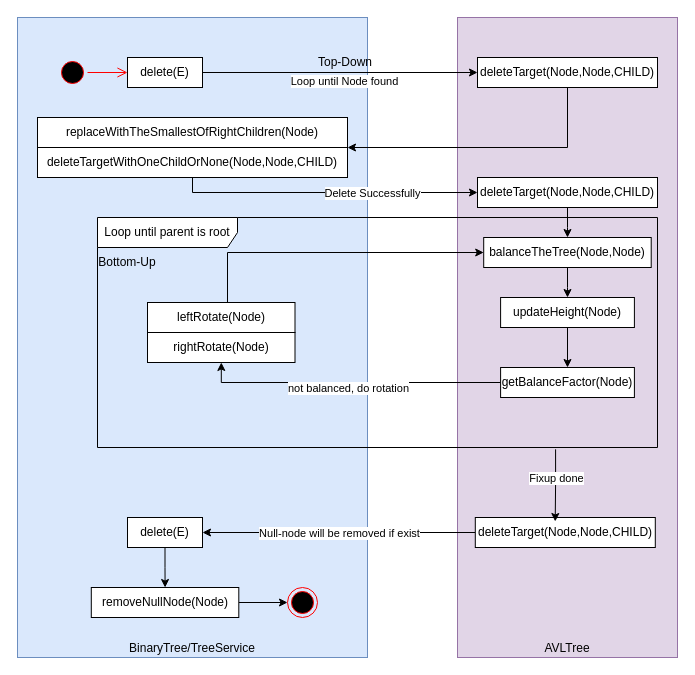
This is page "AVL-Delete" (3 of 4) of Flow_Hierarcy_Diagram/BinaryTree.drawio from MusLead/BinaryTreeHSF, a draw.io file, before an edit. Source tidied: cells renumbered, new cells numbered last; positions are measured from the earlier drawing's top-left corner, leaving out a move shared by most shapes. Both pictures are drawn from the tidied source at 100%, with x=0, y=0 at pixel (17, 17).
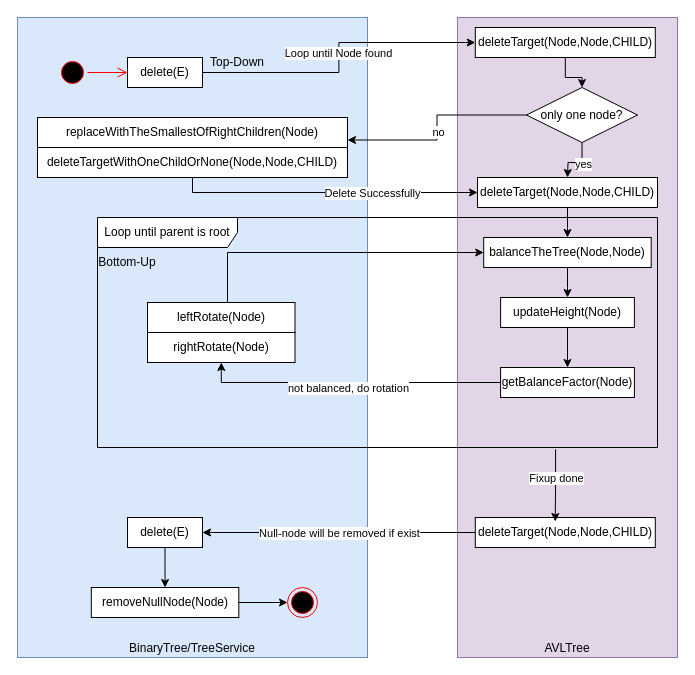
The same page after the edit.

The change refers to these unchanged cells:
```xml
<mxCell id="12" value="replaceWithTheSmallestOfRightChildren(Node)" style="html=1;whiteSpace=wrap;" parent="11" vertex="1">
  <mxGeometry width="310" height="30" as="geometry" />
</mxCell>
```

Diff of the diagram source:
```diff
@@
-    <mxCell id="9" style="edgeStyle=orthogonalEdgeStyle;rounded=0;jettySize=auto;html=1;entryX=1;entryY=1;entryDx=0;entryDy=0;" parent="1" edge="1" source="10" target="12">
-      <mxGeometry relative="1" as="geometry">
-        <Array as="points">
-          <mxPoint x="550" y="130" />
-        </Array>
-      </mxGeometry>
-    </mxCell>
+    <mxCell id="42" style="edgeStyle=orthogonalEdgeStyle;rounded=0;jettySize=auto;html=1;" parent="1" edge="1" source="10" target="47">
+      <mxGeometry relative="1" as="geometry" />
+    </mxCell>
     <mxCell id="10" value="deleteTarget(Node,Node,CHILD)" style="html=1;whiteSpace=wrap;" parent="1" vertex="1">
-      <mxGeometry x="460" y="40" width="180" height="30" as="geometry" />
+      <mxGeometry x="457.8" y="10" width="180" height="30" as="geometry" />
     </mxCell>
@@
     <mxCell id="41" value="Top-Down" style="text;html=1;align=center;verticalAlign=middle;whiteSpace=wrap;rounded=0;" parent="1" vertex="1">
-      <mxGeometry x="297.5" y="30" width="60" height="30" as="geometry" />
+      <mxGeometry x="190" y="30" width="60" height="30" as="geometry" />
     </mxCell>
+    <mxCell id="43" style="edgeStyle=orthogonalEdgeStyle;rounded=0;jettySize=auto;html=1;entryX=1;entryY=0.75;entryDx=0;entryDy=0;" parent="1" edge="1" source="47" target="12">
+      <mxGeometry relative="1" as="geometry" />
+    </mxCell>
+    <mxCell id="44" value="no" style="edgeLabel;html=1;align=center;verticalAlign=middle;" parent="43" vertex="1">
+      <mxGeometry x="0.04" y="1" relative="1" as="geometry" />
+    </mxCell>
+    <mxCell id="45" style="edgeStyle=orthogonalEdgeStyle;rounded=0;jettySize=auto;html=1;" parent="1" edge="1" source="47">
+      <mxGeometry relative="1" as="geometry">
+        <mxPoint x="550" y="160" as="targetPoint" />
+      </mxGeometry>
+    </mxCell>
+    <mxCell id="46" value="yes" style="edgeLabel;html=1;align=center;verticalAlign=middle;" parent="45" vertex="1">
+      <mxGeometry x="-0.19" y="1" relative="1" as="geometry">
+        <mxPoint x="1" as="offset" />
+      </mxGeometry>
+    </mxCell>
+    <mxCell id="47" value="only one node?" style="rhombus;whiteSpace=wrap;html=1;" parent="1" vertex="1">
+      <mxGeometry x="509" y="70" width="111" height="55" as="geometry" />
+    </mxCell>
```
